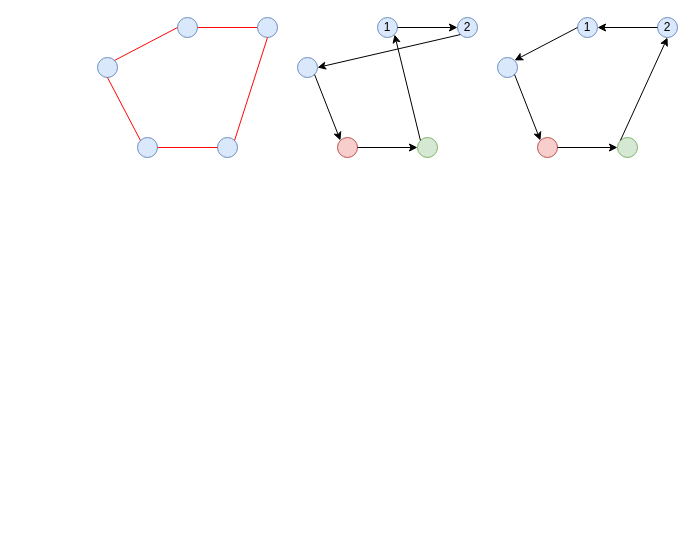
The draw.io diagram 2-1.drawio in YinhuaChen-cloud/Advanced_Algorithm_hw, before the edit. Source tidied: cells renumbered, new cells numbered last; positions are measured from the earlier drawing's top-left corner, leaving out a move shared by most shapes. Both pictures are drawn from the tidied source at 100%, with x=0, y=0 at pixel (97, 17).
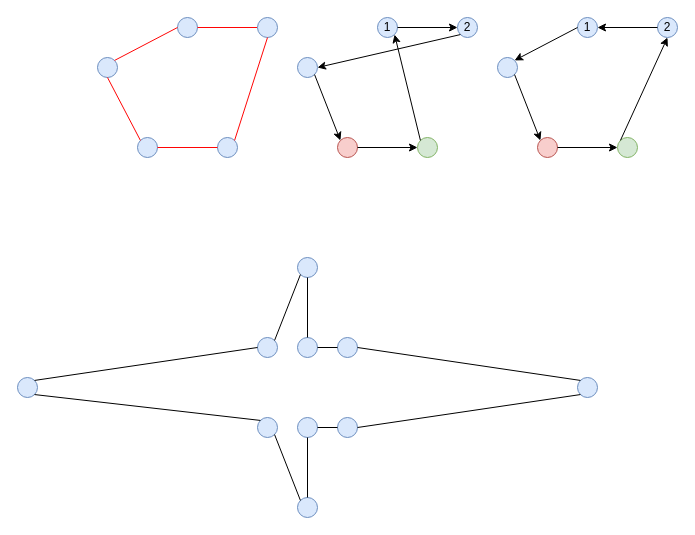
The same diagram, later.

Change to the diagram source:
```diff
@@
+    <mxCell id="32" style="ellipse;whiteSpace=wrap;html=1;fillColor=#dae8fc;strokeColor=#6c8ebf;" parent="1" vertex="1">
+      <mxGeometry x="160" y="400" width="20" height="20" as="geometry" />
+    </mxCell>
+    <mxCell id="33" style="ellipse;whiteSpace=wrap;html=1;fillColor=#dae8fc;strokeColor=#6c8ebf;" parent="1" vertex="1">
+      <mxGeometry x="-80" y="360" width="20" height="20" as="geometry" />
+    </mxCell>
+    <mxCell id="34" style="ellipse;whiteSpace=wrap;html=1;fillColor=#dae8fc;strokeColor=#6c8ebf;" parent="1" vertex="1">
+      <mxGeometry x="160" y="320" width="20" height="20" as="geometry" />
+    </mxCell>
+    <mxCell id="35" style="ellipse;whiteSpace=wrap;html=1;fillColor=#dae8fc;strokeColor=#6c8ebf;" parent="1" vertex="1">
+      <mxGeometry x="200" y="320" width="20" height="20" as="geometry" />
+    </mxCell>
+    <mxCell id="36" style="ellipse;whiteSpace=wrap;html=1;fillColor=#dae8fc;strokeColor=#6c8ebf;" parent="1" vertex="1">
+      <mxGeometry x="240" y="320" width="20" height="20" as="geometry" />
+    </mxCell>
+    <mxCell id="37" style="ellipse;whiteSpace=wrap;html=1;fillColor=#dae8fc;strokeColor=#6c8ebf;" parent="1" vertex="1">
+      <mxGeometry x="480" y="360" width="20" height="20" as="geometry" />
+    </mxCell>
+    <mxCell id="38" style="ellipse;whiteSpace=wrap;html=1;fillColor=#dae8fc;strokeColor=#6c8ebf;" parent="1" vertex="1">
+      <mxGeometry x="240" y="400" width="20" height="20" as="geometry" />
+    </mxCell>
+    <mxCell id="39" style="ellipse;whiteSpace=wrap;html=1;fillColor=#dae8fc;strokeColor=#6c8ebf;" parent="1" vertex="1">
+      <mxGeometry x="200" y="400" width="20" height="20" as="geometry" />
+    </mxCell>
+    <mxCell id="40" style="ellipse;whiteSpace=wrap;html=1;fillColor=#dae8fc;strokeColor=#6c8ebf;" parent="1" vertex="1">
+      <mxGeometry x="200" y="480" width="20" height="20" as="geometry" />
+    </mxCell>
+    <mxCell id="41" style="ellipse;whiteSpace=wrap;html=1;fillColor=#dae8fc;strokeColor=#6c8ebf;" parent="1" vertex="1">
+      <mxGeometry x="200" y="240" width="20" height="20" as="geometry" />
+    </mxCell>
+    <mxCell id="42" style="endArrow=none;html=1;rounded=0;entryX=0.5;entryY=1;entryDx=0;entryDy=0;exitX=0.5;exitY=0;exitDx=0;exitDy=0;" parent="1" edge="1" source="35" target="41">
+      <mxGeometry relative="1" as="geometry" />
+    </mxCell>
+    <mxCell id="43" style="endArrow=none;html=1;rounded=0;entryX=0;entryY=1;entryDx=0;entryDy=0;exitX=1;exitY=0;exitDx=0;exitDy=0;" parent="1" edge="1" source="34" target="41">
+      <mxGeometry relative="1" as="geometry" />
+    </mxCell>
+    <mxCell id="44" style="endArrow=none;html=1;rounded=0;entryX=0;entryY=0.5;entryDx=0;entryDy=0;exitX=1;exitY=0;exitDx=0;exitDy=0;" parent="1" edge="1" source="33" target="34">
+      <mxGeometry relative="1" as="geometry" />
+    </mxCell>
+    <mxCell id="45" style="endArrow=none;html=1;rounded=0;entryX=1;entryY=1;entryDx=0;entryDy=0;exitX=0;exitY=0;exitDx=0;exitDy=0;" parent="1" edge="1" source="32" target="33">
+      <mxGeometry relative="1" as="geometry" />
+    </mxCell>
+    <mxCell id="46" style="endArrow=none;html=1;rounded=0;entryX=0;entryY=0;entryDx=0;entryDy=0;exitX=1;exitY=0.5;exitDx=0;exitDy=0;" parent="1" edge="1" source="36" target="37">
+      <mxGeometry relative="1" as="geometry" />
+    </mxCell>
+    <mxCell id="47" style="endArrow=none;html=1;rounded=0;entryX=1;entryY=0.5;entryDx=0;entryDy=0;exitX=0;exitY=0.5;exitDx=0;exitDy=0;" parent="1" edge="1" source="36" target="35">
+      <mxGeometry relative="1" as="geometry" />
+    </mxCell>
+    <mxCell id="48" style="endArrow=none;html=1;rounded=0;entryX=0;entryY=1;entryDx=0;entryDy=0;exitX=1;exitY=0.5;exitDx=0;exitDy=0;" parent="1" edge="1" source="38" target="37">
+      <mxGeometry relative="1" as="geometry" />
+    </mxCell>
+    <mxCell id="49" style="endArrow=none;html=1;rounded=0;entryX=1;entryY=0.5;entryDx=0;entryDy=0;exitX=0;exitY=0.5;exitDx=0;exitDy=0;" parent="1" edge="1" source="38" target="39">
+      <mxGeometry relative="1" as="geometry" />
+    </mxCell>
+    <mxCell id="50" style="endArrow=none;html=1;rounded=0;entryX=0.5;entryY=1;entryDx=0;entryDy=0;exitX=0.5;exitY=0;exitDx=0;exitDy=0;" parent="1" edge="1" source="40" target="39">
+      <mxGeometry relative="1" as="geometry" />
+    </mxCell>
+    <mxCell id="51" style="endArrow=none;html=1;rounded=0;entryX=1;entryY=1;entryDx=0;entryDy=0;exitX=0;exitY=0;exitDx=0;exitDy=0;" parent="1" edge="1" source="40" target="32">
+      <mxGeometry relative="1" as="geometry" />
+    </mxCell>
```
